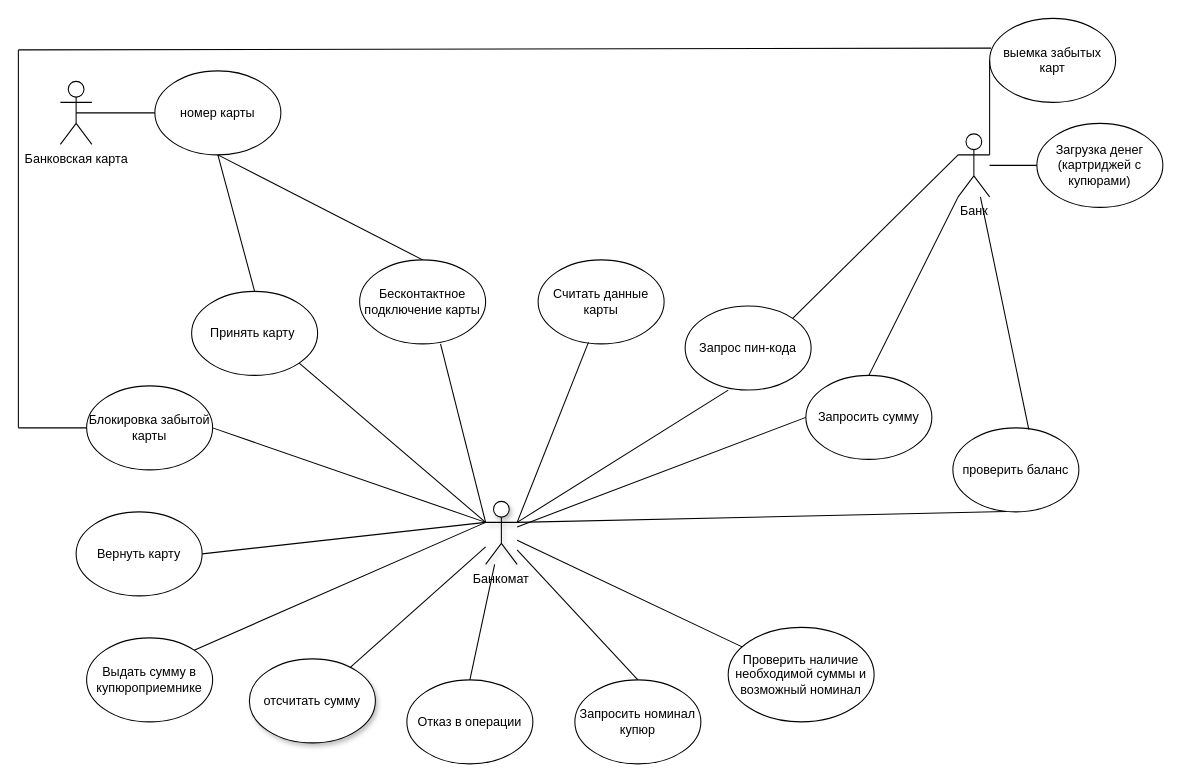
Antysya/UML keeps this draw.io diagram as Снять деньги в банкомате.drawio. Above is the earlier version. Source tidied: cells renumbered, new cells numbered last; positions are measured from the earlier drawing's top-left corner, leaving out a move shared by most shapes. Both pictures are drawn from the tidied source at 105%, with x=0, y=0 at pixel (18, 18).
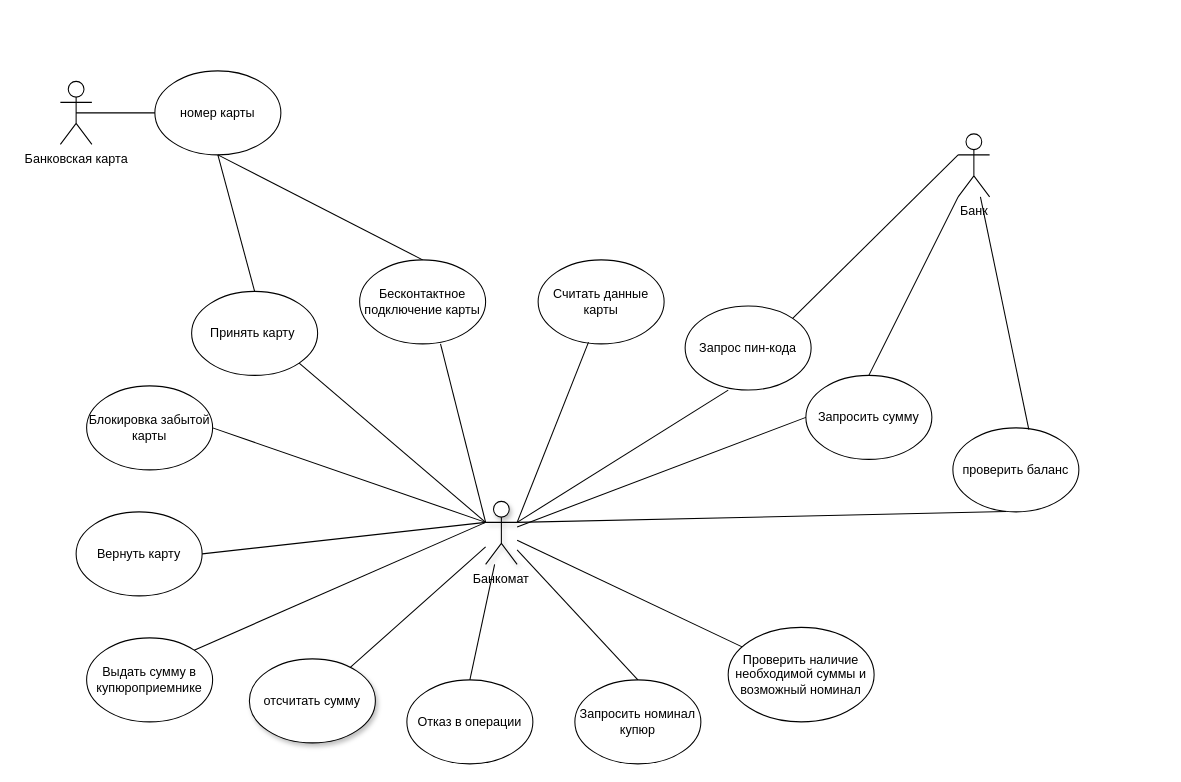
Above is the later version.

The change refers to these unchanged cells:
```xml
<mxCell id="24" value="Банк" style="shape=umlActor;verticalLabelPosition=bottom;verticalAlign=top;html=1;outlineConnect=0;" parent="1" vertex="1">
  <mxGeometry x="895" y="110" width="30" height="60" as="geometry" />
</mxCell>
<mxCell id="27" value="Блокировка забытой карты" style="ellipse;whiteSpace=wrap;html=1;" parent="1" vertex="1">
  <mxGeometry x="65" y="350" width="120" height="80" as="geometry" />
</mxCell>
```

The edit, as a diff of the source:
```diff
@@
-    <mxCell id="7" value="Загрузка денег (картриджей с купюрами)" style="ellipse;whiteSpace=wrap;html=1;" parent="1" vertex="1">
-      <mxGeometry x="970" y="100" width="120" height="80" as="geometry" />
-    </mxCell>
-    <mxCell id="8" value="выемка забытых карт" style="ellipse;whiteSpace=wrap;html=1;" parent="1" vertex="1">
-      <mxGeometry x="925" width="120" height="80" as="geometry" />
-    </mxCell>
@@
-    <mxCell id="12" style="endArrow=none;html=1;rounded=0;entryX=1;entryY=0.3333333333333333;entryDx=0;entryDy=0;entryPerimeter=0;exitX=0;exitY=0.5;exitDx=0;exitDy=0;" parent="1" edge="1" source="8" target="24">
-      <mxGeometry relative="1" as="geometry" />
-    </mxCell>
-    <mxCell id="13" style="endArrow=none;html=1;rounded=0;exitX=0;exitY=0.5;exitDx=0;exitDy=0;" parent="1" edge="1" source="7" target="24">
-      <mxGeometry relative="1" as="geometry" />
-    </mxCell>
@@
-    <mxCell id="42" style="endArrow=none;html=1;rounded=0;entryX=0.011;entryY=0.354;entryDx=0;entryDy=0;entryPerimeter=0;" parent="1" edge="1" target="8">
-      <mxGeometry relative="1" as="geometry">
-        <mxPoint y="30" as="sourcePoint" />
-      </mxGeometry>
-    </mxCell>
-    <mxCell id="43" style="endArrow=none;html=1;rounded=0;" parent="1" edge="1">
-      <mxGeometry relative="1" as="geometry">
-        <mxPoint y="390" as="sourcePoint" />
-        <mxPoint y="30" as="targetPoint" />
-      </mxGeometry>
-    </mxCell>
-    <mxCell id="44" style="endArrow=none;html=1;rounded=0;entryX=0;entryY=0.5;entryDx=0;entryDy=0;" parent="1" edge="1" target="27">
-      <mxGeometry relative="1" as="geometry">
-        <mxPoint y="390" as="sourcePoint" />
-      </mxGeometry>
-    </mxCell>
```
